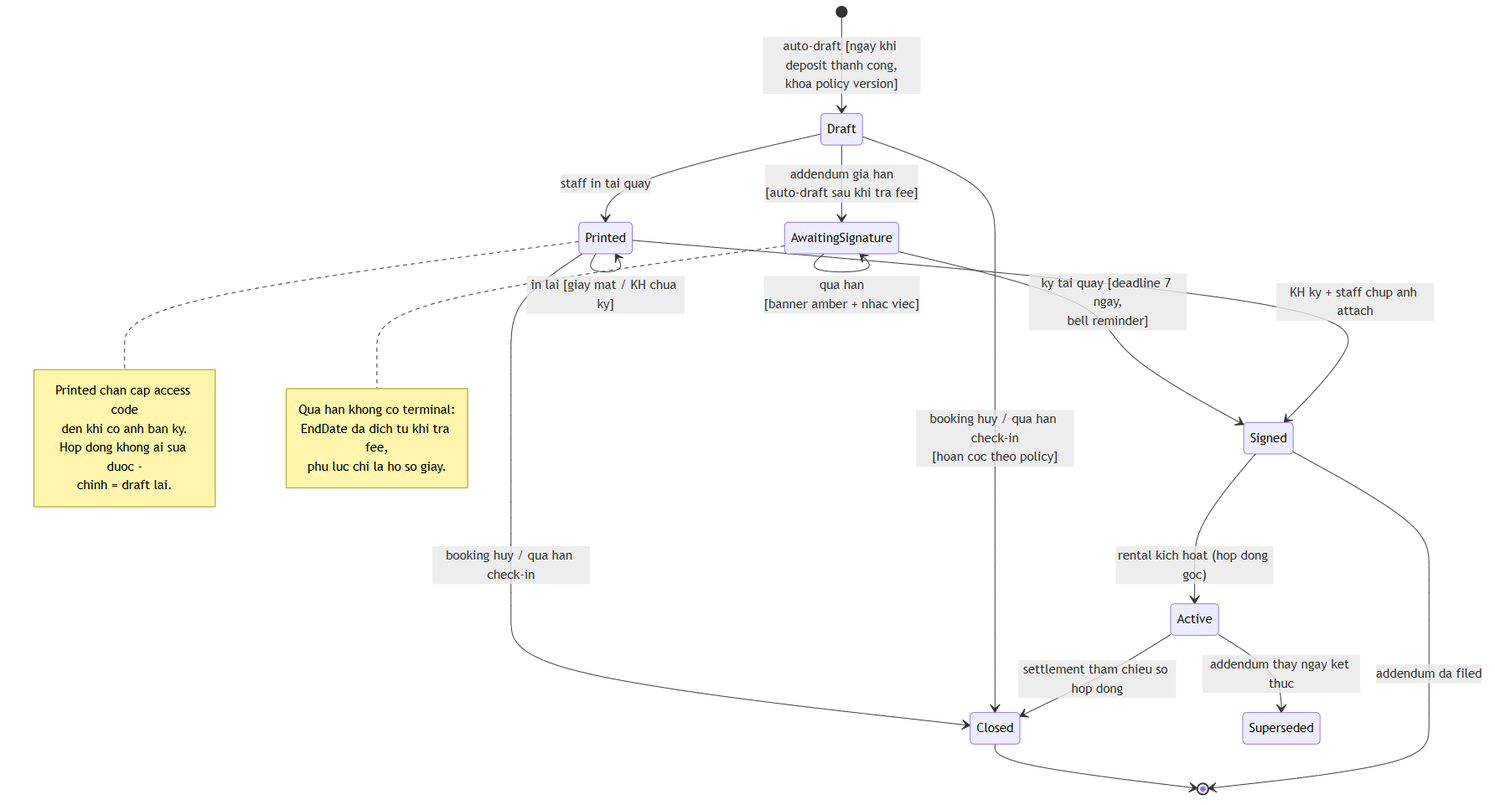
Above: ERD_Statechart_LaTeX/images/state-contract.png in bechovang/bmad-swp (Mermaid), before the change. Its source is kept beside it as ERD_Statechart_LaTeX/mermaid/state-contract.mmd.
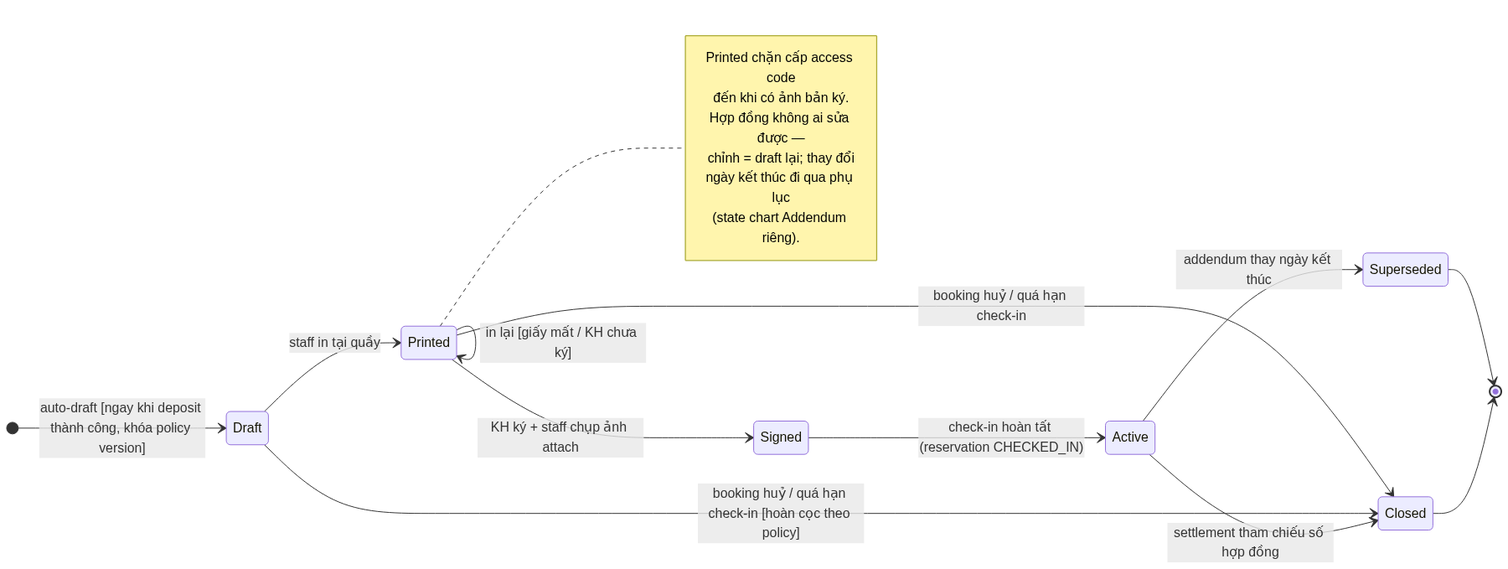
After the commit.

What changed in the source:
```diff
@@ -1,22 +1,25 @@
 stateDiagram-v2
+    direction LR
     [*] --> Draft : auto-draft [ngay khi deposit thành công, khóa policy version]
 
     Draft --> Printed : staff in tại quầy
+    Printed --> Printed : in lại [giấy mất / KH chưa ký]
     Printed --> Signed : KH ký + staff chụp ảnh attach
-    Signed --> Active : rental kích hoạt (hợp đồng gốc)
+    Signed --> Active : check-in hoàn tất (reservation CHECKED_IN)
     Active --> Closed : settlement tham chiếu số hợp đồng
     Active --> Superseded : addendum thay ngày kết thúc
 
-    Draft --> AwaitingSignature : addendum gia hạn [auto-draft sau khi trả fee]
-    AwaitingSignature --> Signed : ký tại quầy [deadline 7 ngày, bell reminder]
-    AwaitingSignature --> AwaitingSignature : quá hạn [banner amber + nhắc việc]
+    Draft --> Closed : booking huỷ / quá hạn check-in [hoàn cọc theo policy]
+    Printed --> Closed : booking huỷ / quá hạn check-in
 
-    Signed --> [*] : addendum đã filed
     Closed --> [*]
+    Superseded --> [*]
 
     note right of Printed
         Printed chặn cấp access code
         đến khi có ảnh bản ký.
         Hợp đồng không ai sửa được —
-        chỉnh = draft lại.
+        chỉnh = draft lại; thay đổi
+        ngày kết thúc đi qua phụ lục
+        (state chart Addendum riêng).
     end note
```
